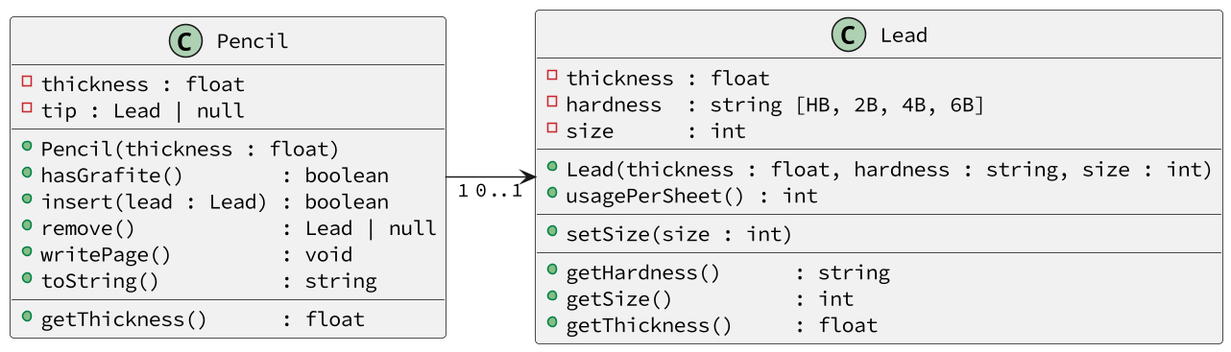
Before: base/004/diagrama.png, a diagram exported from PlantUML (qxcodepoo/arcade).
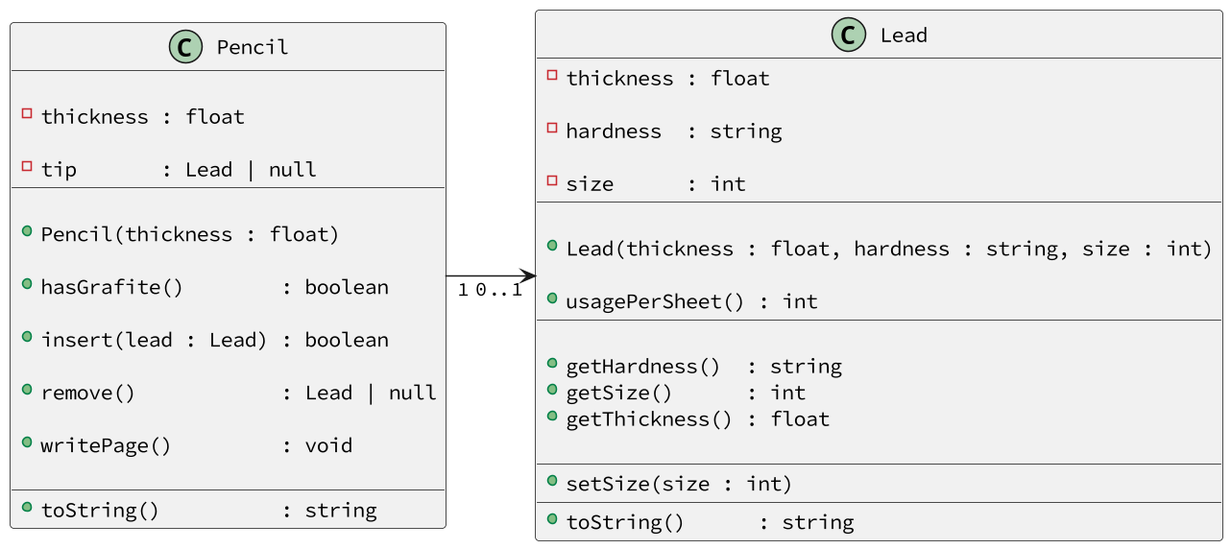
The same file after the commit.

What changed in the source:
```diff
@@ -2,34 +2,49 @@
 skinparam defaultFontName Hasklig
 skinparam dpi 150
 left to right direction
+class Lead {
+    - thickness : float
 
-class Lead {
-  - thickness : float
-  - hardness  : string [HB, 2B, 4B, 6B]
-  - size      : int
-  __
-  + Lead(thickness : float, hardness : string, size : int)
-  + usagePerSheet() : int
-  __
-  + setSize(size : int)
-  __
-  + getHardness()      : string
-  + getSize()          : int
-  + getThickness()     : float
+    - hardness  : string
+
+    - size      : int
+    __
+
+    + Lead(thickness : float, hardness : string, size : int)
+
+    + usagePerSheet() : int
+    __
+
+    + getHardness()  : string
+    + getSize()      : int
+    + getThickness() : float
+
+    __
+    + setSize(size : int)
+    __
+    + toString()      : string
 }
 
+
 class Pencil {
-  - thickness : float
-  - tip : Lead | null
-  __
-  + Pencil(thickness : float)
-  + hasGrafite()        : boolean
-  + insert(lead : Lead) : boolean
-  + remove()            : Lead | null
-  + writePage()         : void
-  + toString()          : string
-  __
-  + getThickness()      : float
+
+    - thickness : float
+
+    - tip       : Lead | null
+    __
+
+    + Pencil(thickness : float)
+
+    + hasGrafite()        : boolean
+
+    + insert(lead : Lead) : boolean
+
+    + remove()            : Lead | null
+
+    + writePage()         : void
+
+    __
+    + toString()          : string
 }
 
 Pencil "1" --> "0..1" Lead
```
